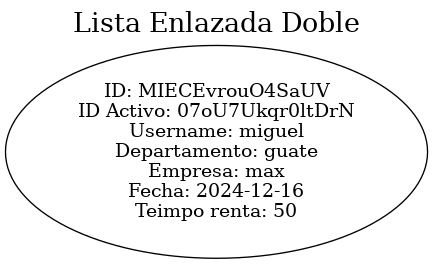
Above: src/Reportes/lista_doble.png in miguel-tubac/-EDD-Proyecto1_202101927 (Graphviz), before the change. Its source is kept beside it as src/Reportes/lista_doble.dot. Source of this version:
```dot
digraph G { randir = LR;
	label = "Lista Enlazada Doble";
	labelloc = "t";
	fontsize = 20;
"ID: MIECEvrouO4SaUV
ID Activo: 07oU7Ukqr0ltDrN
Username: miguel
Departamento: guate
Empresa: max
Fecha: 2024-12-16
Teimpo renta: 50"
"ID: MIECEvrouO4SaUV
ID Activo: 07oU7Ukqr0ltDrN
Username: miguel
Departamento: guate
Empresa: max
Fecha: 2024-12-16
Teimpo renta: 50"
}
```
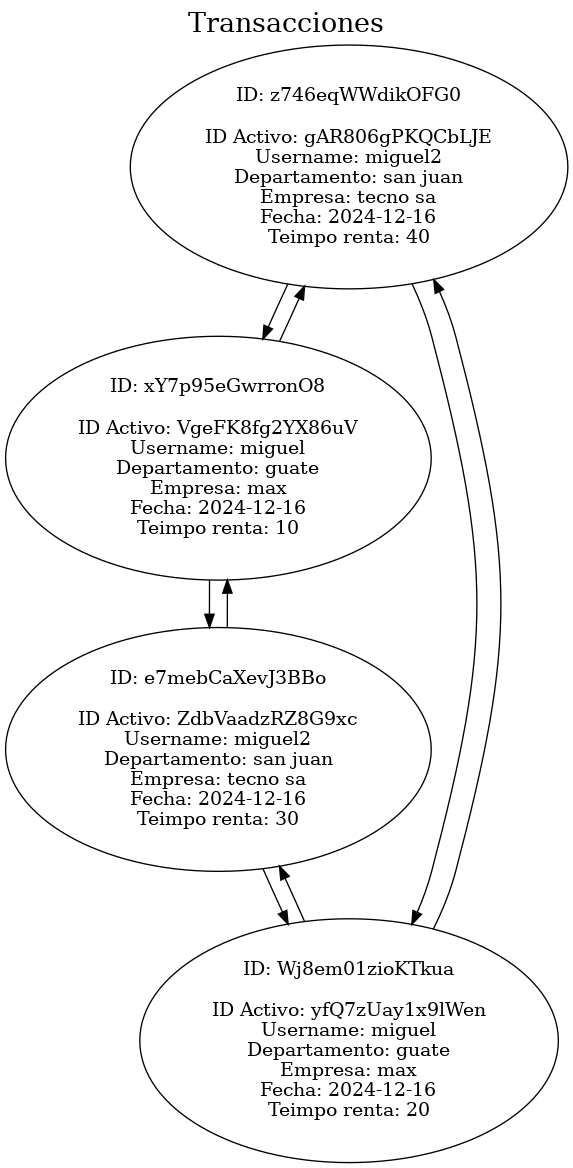
The same file after the commit.

What changed in the source:
```diff
@@ -1,19 +1,77 @@
 digraph G { randir = LR;
-	label = "Lista Enlazada Doble";
+	label = Transacciones;
 	labelloc = "t";
 	fontsize = 20;
-"ID: MIECEvrouO4SaUV
-ID Activo: 07oU7Ukqr0ltDrN
+"ID: z746eqWWdikOFG0
+
+ID Activo: gAR806gPKQCbLJE
+Username: miguel2
+Departamento: san juan
+Empresa: tecno sa
+Fecha: 2024-12-16
+Teimpo renta: 40"->
+"ID: xY7p95eGwrronO8
+
+ID Activo: VgeFK8fg2YX86uV
 Username: miguel
 Departamento: guate
 Empresa: max
 Fecha: 2024-12-16
-Teimpo renta: 50"
-"ID: MIECEvrouO4SaUV
-ID Activo: 07oU7Ukqr0ltDrN
+Teimpo renta: 10"->
+"ID: e7mebCaXevJ3BBo
+
+ID Activo: ZdbVaadzRZ8G9xc
+Username: miguel2
+Departamento: san juan
+Empresa: tecno sa
+Fecha: 2024-12-16
+Teimpo renta: 30"->
+"ID: Wj8em01zioKTkua
+
+ID Activo: yfQ7zUay1x9lWen
 Username: miguel
 Departamento: guate
 Empresa: max
 Fecha: 2024-12-16
-Teimpo renta: 50"
+Teimpo renta: 20"->
+"ID: z746eqWWdikOFG0
+
+ID Activo: gAR806gPKQCbLJE
+Username: miguel2
+Departamento: san juan
+Empresa: tecno sa
+Fecha: 2024-12-16
+Teimpo renta: 40"->
+"ID: Wj8em01zioKTkua
+
+ID Activo: yfQ7zUay1x9lWen
+Username: miguel
+Departamento: guate
+Empresa: max
+Fecha: 2024-12-16
+Teimpo renta: 20"->
+"ID: e7mebCaXevJ3BBo
+
+ID Activo: ZdbVaadzRZ8G9xc
+Username: miguel2
+Departamento: san juan
+Empresa: tecno sa
+Fecha: 2024-12-16
+Teimpo renta: 30"->
+"ID: xY7p95eGwrronO8
+
+ID Activo: VgeFK8fg2YX86uV
+Username: miguel
+Departamento: guate
+Empresa: max
+Fecha: 2024-12-16
+Teimpo renta: 10"->
+"ID: z746eqWWdikOFG0
+
+ID Activo: gAR806gPKQCbLJE
+Username: miguel2
+Departamento: san juan
+Empresa: tecno sa
+Fecha: 2024-12-16
+Teimpo renta: 40"
 }
```
